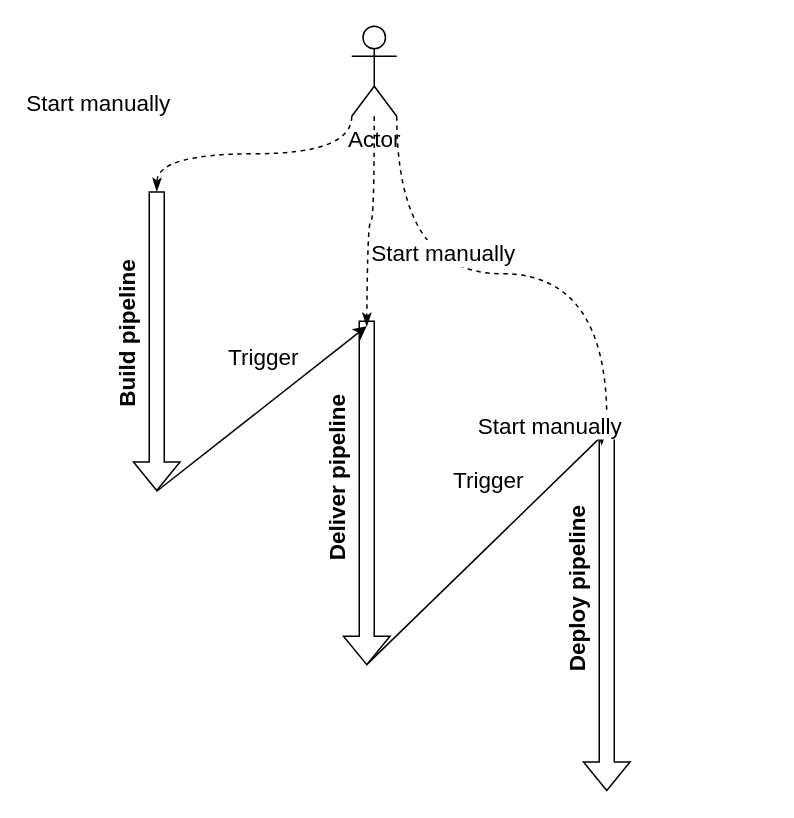
Before: prez/story/images/solid/debrayable.drawio in arcanneero/cicd-divorce-slides, a draw.io diagram. Source tidied: cells renumbered, new cells numbered last; positions are measured from the earlier drawing's top-left corner, leaving out a move shared by most shapes. Both pictures are drawn from the tidied source at 150%, with x=0, y=0 at pixel (36, 26).
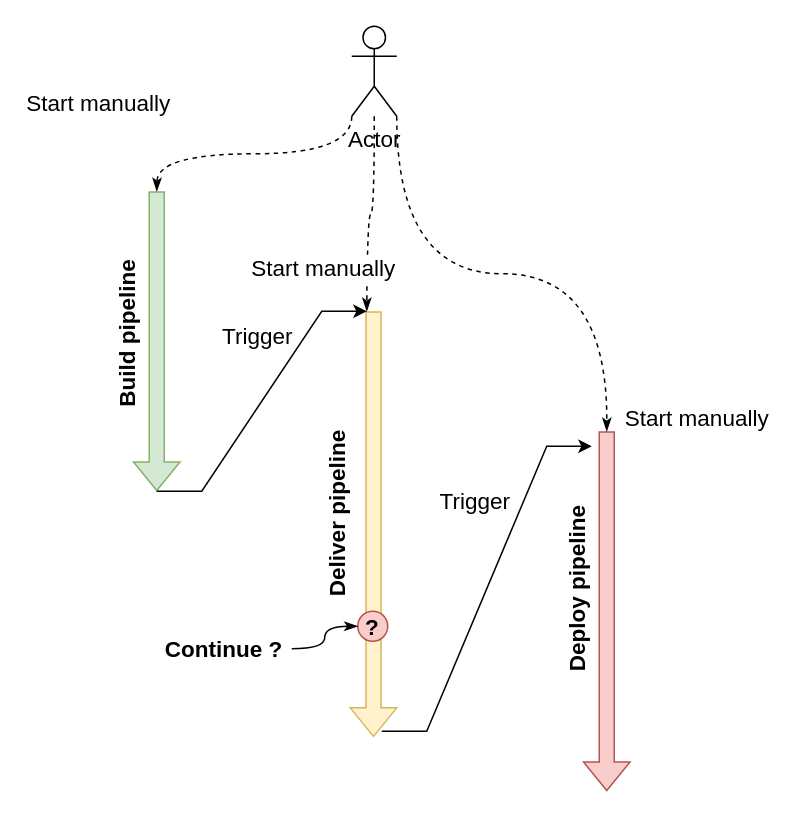
Above is the later version.

The change refers to these unchanged cells:
```xml
<mxCell id="14" style="edgeStyle=orthogonalEdgeStyle;curved=1;rounded=0;jettySize=auto;html=1;fontSize=15;startArrow=none;startFill=0;endArrow=classicThin;endFill=1;dashed=1;exitX=1;exitY=1;exitDx=0;exitDy=0;exitPerimeter=0;" parent="1" edge="1" source="16">
  <mxGeometry relative="1" as="geometry">
    <mxPoint x="380" y="270" as="targetPoint" />
  </mxGeometry>
</mxCell>
<mxCell id="16" value="Actor" style="shape=umlActor;verticalLabelPosition=bottom;verticalAlign=top;html=1;outlineConnect=0;fontSize=15;" parent="1" vertex="1">
  <mxGeometry x="210" width="30" height="60" as="geometry" />
</mxCell>
```

Diff of the diagram source:
```diff
@@
-    <mxCell id="2" style="shape=flexArrow;endArrow=none;startArrow=block;html=1;rounded=0;startFill=0;endFill=0;" parent="1" edge="1">
+    <mxCell id="2" style="shape=flexArrow;endArrow=none;startArrow=block;html=1;rounded=0;startFill=0;endFill=0;fillColor=#d5e8d4;strokeColor=#82b366;" parent="1" edge="1">
       <mxGeometry relative="1" as="geometry">
         <mxPoint x="80" y="310" as="sourcePoint" />
         <mxPoint x="80" y="110" as="targetPoint" />
       </mxGeometry>
     </mxCell>
-    <mxCell id="3" style="shape=flexArrow;endArrow=none;startArrow=block;html=1;rounded=0;startFill=0;endFill=0;" parent="1" edge="1">
+    <mxCell id="3" style="shape=flexArrow;endArrow=none;startArrow=block;html=1;rounded=0;startFill=0;endFill=0;fillColor=#fff2cc;strokeColor=#d6b656;" parent="1" edge="1">
       <mxGeometry relative="1" as="geometry">
-        <mxPoint x="220" y="426.1" as="sourcePoint" />
-        <mxPoint x="220" y="196.1" as="targetPoint" />
+        <mxPoint x="224.5" y="473.9" as="sourcePoint" />
+        <mxPoint x="224.5" y="190" as="targetPoint" />
       </mxGeometry>
     </mxCell>
-    <mxCell id="4" style="shape=flexArrow;endArrow=none;startArrow=block;html=1;rounded=0;startFill=0;endFill=0;" parent="1" edge="1">
+    <mxCell id="4" style="shape=flexArrow;endArrow=none;startArrow=block;html=1;rounded=0;startFill=0;endFill=0;fillColor=#f8cecc;strokeColor=#b85450;" parent="1" edge="1">
       <mxGeometry relative="1" as="geometry">
         <mxPoint x="380" y="510" as="sourcePoint" />
         <mxPoint x="380" y="270" as="targetPoint" />
       </mxGeometry>
     </mxCell>
@@
     <mxCell id="6" value="Deliver pipeline" style="text;html=1;strokeColor=none;fillColor=none;align=center;verticalAlign=middle;whiteSpace=wrap;rounded=0;rotation=-90;fontStyle=1;fontSize=15;" parent="1" vertex="1">
-      <mxGeometry x="140" y="286.1" width="120" height="30" as="geometry" />
+      <mxGeometry x="140" y="310" width="120" height="30" as="geometry" />
     </mxCell>
@@
-    <mxCell id="8" style="endArrow=classic;html=1;rounded=0;fontSize=15;" parent="1" edge="1">
+    <mxCell id="8" style="endArrow=classic;html=1;rounded=0;fontSize=15;edgeStyle=entityRelationEdgeStyle;" parent="1" edge="1">
       <mxGeometry relative="1" as="geometry">
         <mxPoint x="80" y="310" as="sourcePoint" />
-        <mxPoint x="220" y="200" as="targetPoint" />
+        <mxPoint x="220" y="190" as="targetPoint" />
       </mxGeometry>
     </mxCell>
@@
-    <mxCell id="10" style="endArrow=classic;html=1;rounded=0;fontSize=15;" parent="1" edge="1">
+    <mxCell id="10" style="endArrow=classic;html=1;rounded=0;fontSize=15;edgeStyle=entityRelationEdgeStyle;" parent="1" edge="1">
       <mxGeometry relative="1" as="geometry">
-        <mxPoint x="220" y="425.6" as="sourcePoint" />
-        <mxPoint x="380" y="270" as="targetPoint" />
+        <mxPoint x="230" y="470" as="sourcePoint" />
+        <mxPoint x="370" y="280" as="targetPoint" />
       </mxGeometry>
     </mxCell>
@@
     <mxCell id="13" style="edgeStyle=orthogonalEdgeStyle;curved=1;rounded=0;jettySize=auto;html=1;fontSize=15;startArrow=none;startFill=0;endArrow=classicThin;endFill=1;dashed=1;" parent="1" edge="1" source="16">
       <mxGeometry relative="1" as="geometry">
-        <mxPoint x="220" y="200" as="targetPoint" />
+        <mxPoint x="220" y="190" as="targetPoint" />
       </mxGeometry>
     </mxCell>
@@
     <mxCell id="15" value="Start manually" style="edgeLabel;html=1;align=center;verticalAlign=middle;fontSize=15;" parent="14" vertex="1">
       <mxGeometry x="-0.17" y="-11" relative="1" as="geometry">
-        <mxPoint x="61" y="89" as="offset" />
+        <mxPoint x="159" y="84" as="offset" />
       </mxGeometry>
     </mxCell>
@@
     <mxCell id="17" value="Start manually" style="edgeLabel;html=1;align=center;verticalAlign=middle;fontSize=15;" parent="1" vertex="1">
-      <mxGeometry x="270" y="150" as="geometry" />
+      <mxGeometry x="190" y="160" as="geometry" />
     </mxCell>
@@
+    <mxCell id="19" value="&lt;b&gt;?&lt;/b&gt;" style="ellipse;whiteSpace=wrap;html=1;fontSize=15;fillColor=#f8cecc;strokeColor=#b85450;" parent="1" vertex="1">
+      <mxGeometry x="214" y="390" width="20" height="20" as="geometry" />
+    </mxCell>
+    <mxCell id="20" style="edgeStyle=orthogonalEdgeStyle;curved=1;rounded=0;jettySize=auto;html=1;entryX=0;entryY=0.5;entryDx=0;entryDy=0;fontSize=15;startArrow=none;startFill=0;endArrow=classicThin;endFill=1;" parent="1" edge="1" source="21" target="19">
+      <mxGeometry relative="1" as="geometry" />
+    </mxCell>
+    <mxCell id="21" value="Continue ?" style="text;html=1;strokeColor=none;fillColor=none;align=center;verticalAlign=middle;whiteSpace=wrap;rounded=0;fontSize=15;fontStyle=1;" parent="1" vertex="1">
+      <mxGeometry x="80" y="400" width="90" height="30" as="geometry" />
+    </mxCell>
```
